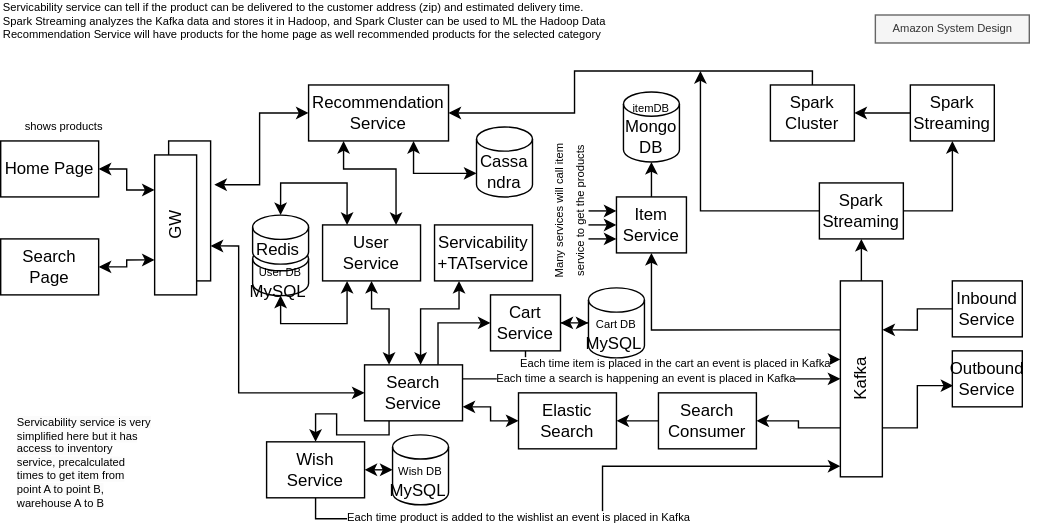
Earlier version of the draw.io export AmazonSystemDesign.drawio.svg (alexiworld/architecture-and-design). Source tidied: cells renumbered, new cells last; positions are measured from the earlier drawing's top-left corner, leaving out a move shared by most shapes.
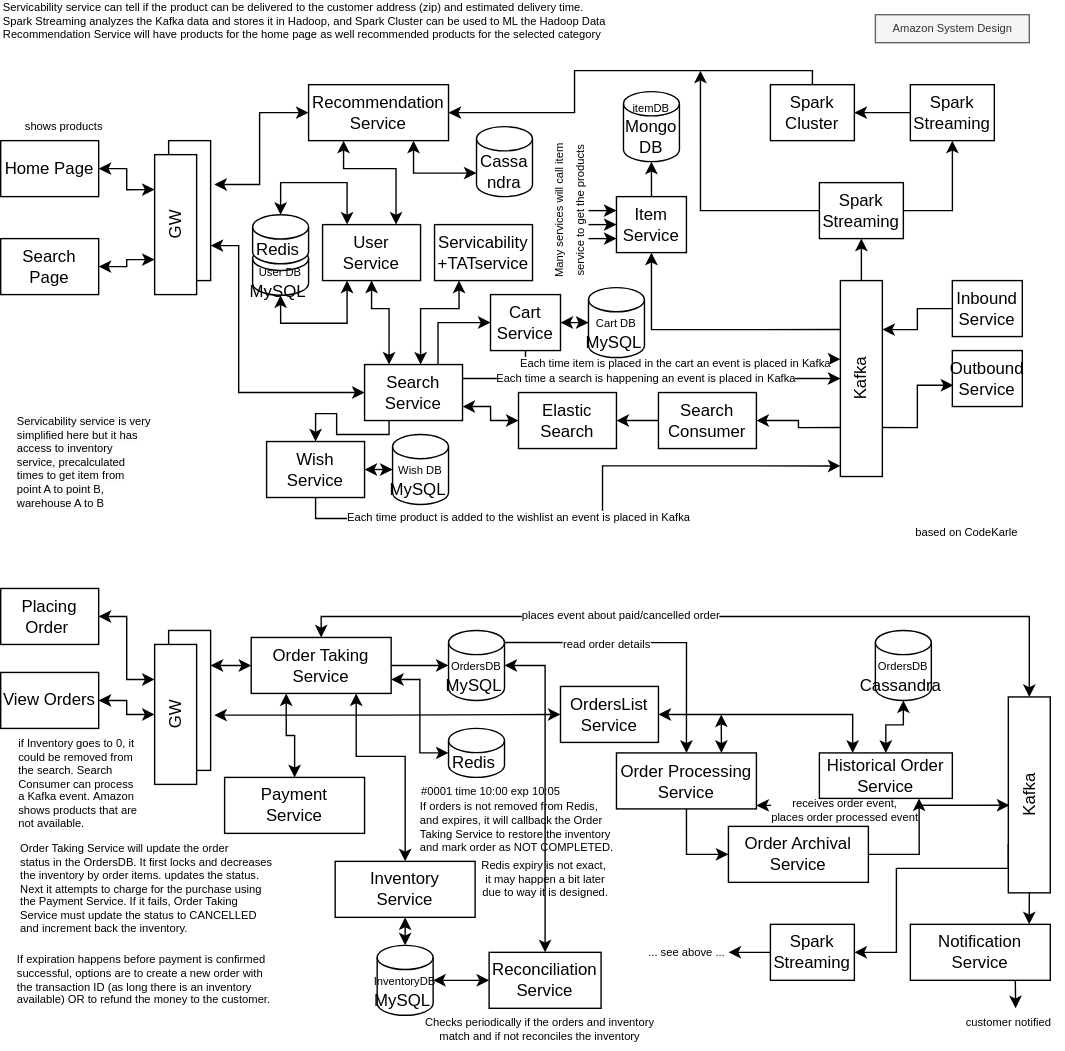
Above is the later version.

Commit message:
Amazon System Design - part 2, drawio and svg files

The edit, as a diff of the source:
```diff
@@ -272,5 +272,204 @@
     <mxCell id="67" value="&lt;meta charset=&quot;utf-8&quot;&gt;&lt;span style=&quot;color: rgb(0, 0, 0); font-family: Helvetica; font-size: 8px; font-style: normal; font-variant-ligatures: normal; font-variant-caps: normal; font-weight: 400; letter-spacing: normal; orphans: 2; text-align: left; text-indent: 0px; text-transform: none; widows: 2; word-spacing: 0px; -webkit-text-stroke-width: 0px; background-color: rgb(251, 251, 251); text-decoration-thickness: initial; text-decoration-style: initial; text-decoration-color: initial; float: none; display: inline !important;&quot;&gt;Servicability service is very simplified here but it has access to inventory service, precalculated times to get item from&lt;/span&gt;&lt;br style=&quot;border-color: var(--border-color); color: rgb(0, 0, 0); font-family: Helvetica; font-size: 8px; font-style: normal; font-variant-ligatures: normal; font-variant-caps: normal; font-weight: 400; letter-spacing: normal; orphans: 2; text-align: left; text-indent: 0px; text-transform: none; widows: 2; word-spacing: 0px; -webkit-text-stroke-width: 0px; background-color: rgb(251, 251, 251); text-decoration-thickness: initial; text-decoration-style: initial; text-decoration-color: initial;&quot;&gt;&lt;span style=&quot;color: rgb(0, 0, 0); font-family: Helvetica; font-size: 8px; font-style: normal; font-variant-ligatures: normal; font-variant-caps: normal; font-weight: 400; letter-spacing: normal; orphans: 2; text-align: left; text-indent: 0px; text-transform: none; widows: 2; word-spacing: 0px; -webkit-text-stroke-width: 0px; background-color: rgb(251, 251, 251); text-decoration-thickness: initial; text-decoration-style: initial; text-decoration-color: initial; float: none; display: inline !important;&quot;&gt;point A to point B, warehouse A to B&lt;/span&gt;" style="text;whiteSpace=wrap;html=1;fontSize=8;" parent="1" vertex="1">
       <mxGeometry x="10" y="290" width="100" height="40" as="geometry" />
     </mxCell>
+    <mxCell id="68" value="Placing&lt;br&gt;Order&amp;nbsp;" style="rounded=0;whiteSpace=wrap;html=1;horizontal=1;verticalAlign=middle;" parent="1" vertex="1">
+      <mxGeometry y="420" width="70" height="40" as="geometry" />
+    </mxCell>
+    <mxCell id="69" style="edgeStyle=orthogonalEdgeStyle;rounded=0;jettySize=auto;html=1;exitX=1;exitY=0.25;exitDx=0;exitDy=0;fontSize=8;startArrow=classic;startFill=1;endArrow=classic;endFill=1;" parent="1" edge="1" source="72" target="83">
+      <mxGeometry relative="1" as="geometry" />
+    </mxCell>
+    <mxCell id="70" style="edgeStyle=orthogonalEdgeStyle;rounded=0;jettySize=auto;html=1;exitX=1;exitY=0.5;exitDx=0;exitDy=0;entryX=0.25;entryY=0;entryDx=0;entryDy=0;fontSize=8;startArrow=classic;startFill=1;endArrow=classic;endFill=1;" parent="1" edge="1" source="116" target="106">
+      <mxGeometry relative="1" as="geometry" />
+    </mxCell>
+    <mxCell id="71" style="edgeStyle=orthogonalEdgeStyle;rounded=0;jettySize=auto;html=1;exitX=1.088;exitY=0.605;exitDx=0;exitDy=0;entryX=0;entryY=0.5;entryDx=0;entryDy=0;fontSize=8;startArrow=classic;startFill=1;endArrow=classic;endFill=1;exitPerimeter=0;" parent="1" edge="1" source="72" target="116">
+      <mxGeometry relative="1" as="geometry" />
+    </mxCell>
+    <mxCell id="72" value="GW" style="rounded=0;whiteSpace=wrap;html=1;horizontal=0;" parent="1" vertex="1">
+      <mxGeometry x="120" y="450" width="30" height="100" as="geometry" />
+    </mxCell>
+    <mxCell id="73" style="edgeStyle=orthogonalEdgeStyle;rounded=0;jettySize=auto;html=1;exitX=1;exitY=0.5;exitDx=0;exitDy=0;fontSize=8;entryX=0;entryY=0.25;entryDx=0;entryDy=0;startArrow=classic;startFill=1;" parent="1" edge="1" source="68" target="74">
+      <mxGeometry relative="1" as="geometry" />
+    </mxCell>
+    <mxCell id="74" value="GW" style="rounded=0;whiteSpace=wrap;html=1;horizontal=0;" parent="1" vertex="1">
+      <mxGeometry x="110" y="460" width="30" height="100" as="geometry" />
+    </mxCell>
+    <mxCell id="75" style="edgeStyle=orthogonalEdgeStyle;rounded=0;jettySize=auto;html=1;exitX=1;exitY=0.5;exitDx=0;exitDy=0;exitPerimeter=0;fontSize=8;startArrow=classic;startFill=1;endArrow=classic;endFill=1;entryX=0.5;entryY=0;entryDx=0;entryDy=0;" parent="1" edge="1" source="76" target="91">
+      <mxGeometry relative="1" as="geometry" />
+    </mxCell>
+    <mxCell id="76" value="&lt;font style=&quot;font-size: 8px;&quot;&gt;OrdersDB&lt;/font&gt;&lt;br&gt;MySQL&amp;nbsp;" style="shape=cylinder3;whiteSpace=wrap;html=1;boundedLbl=1;backgroundOutline=1;size=8.652173913043526;" parent="1" vertex="1">
+      <mxGeometry x="320" y="450" width="40" height="50" as="geometry" />
+    </mxCell>
+    <mxCell id="77" style="edgeStyle=orthogonalEdgeStyle;rounded=0;jettySize=auto;html=1;exitX=1;exitY=0.5;exitDx=0;exitDy=0;entryX=0;entryY=0.5;entryDx=0;entryDy=0;entryPerimeter=0;fontSize=8;startArrow=none;startFill=0;endArrow=classic;endFill=1;" parent="1" edge="1" source="83" target="76">
+      <mxGeometry relative="1" as="geometry" />
+    </mxCell>
+    <mxCell id="78" style="edgeStyle=orthogonalEdgeStyle;rounded=0;jettySize=auto;html=1;exitX=1;exitY=0.75;exitDx=0;exitDy=0;entryX=0;entryY=0.5;entryDx=0;entryDy=0;entryPerimeter=0;fontSize=8;startArrow=classic;startFill=1;endArrow=classic;endFill=1;" parent="1" edge="1" source="83" target="84">
+      <mxGeometry relative="1" as="geometry" />
+    </mxCell>
+    <mxCell id="79" style="edgeStyle=orthogonalEdgeStyle;rounded=0;jettySize=auto;html=1;exitX=0.75;exitY=1;exitDx=0;exitDy=0;entryX=0.5;entryY=0;entryDx=0;entryDy=0;fontSize=8;startArrow=classic;startFill=1;endArrow=classic;endFill=1;" parent="1" edge="1" source="83" target="86">
+      <mxGeometry relative="1" as="geometry">
+        <Array as="points">
+          <mxPoint x="254" y="540" />
+          <mxPoint x="289" y="540" />
+        </Array>
+      </mxGeometry>
+    </mxCell>
+    <mxCell id="80" style="edgeStyle=orthogonalEdgeStyle;rounded=0;jettySize=auto;html=1;exitX=0.25;exitY=1;exitDx=0;exitDy=0;entryX=0.5;entryY=0;entryDx=0;entryDy=0;fontSize=8;startArrow=classic;startFill=1;endArrow=classic;endFill=1;" parent="1" edge="1" source="83" target="89">
+      <mxGeometry relative="1" as="geometry" />
+    </mxCell>
+    <mxCell id="81" style="edgeStyle=orthogonalEdgeStyle;rounded=0;jettySize=auto;html=1;exitX=0.5;exitY=0;exitDx=0;exitDy=0;entryX=0.5;entryY=0;entryDx=0;entryDy=0;fontSize=8;startArrow=classic;startFill=1;endArrow=classic;endFill=1;" parent="1" edge="1" source="83" target="113">
+      <mxGeometry relative="1" as="geometry">
+        <Array as="points">
+          <mxPoint x="229" y="440" />
+          <mxPoint x="735" y="440" />
+        </Array>
+      </mxGeometry>
+    </mxCell>
+    <mxCell id="82" value="places event about paid/cancelled order" style="edgeLabel;html=1;align=center;verticalAlign=middle;fontSize=8;" parent="81" vertex="1">
+      <mxGeometry x="-0.21" y="1" relative="1" as="geometry" />
+    </mxCell>
+    <mxCell id="83" value="Order Taking Service" style="rounded=0;whiteSpace=wrap;html=1;horizontal=1;verticalAlign=middle;" parent="1" vertex="1">
+      <mxGeometry x="179" y="455" width="100" height="40" as="geometry" />
+    </mxCell>
+    <mxCell id="84" value="Redis&amp;nbsp;" style="shape=cylinder3;whiteSpace=wrap;html=1;boundedLbl=1;backgroundOutline=1;size=8.652173913043526;" parent="1" vertex="1">
+      <mxGeometry x="320" y="520" width="40" height="35" as="geometry" />
+    </mxCell>
+    <mxCell id="85" style="edgeStyle=orthogonalEdgeStyle;rounded=0;jettySize=auto;html=1;exitX=0.5;exitY=1;exitDx=0;exitDy=0;entryX=0.5;entryY=0;entryDx=0;entryDy=0;entryPerimeter=0;fontSize=8;startArrow=classic;startFill=1;endArrow=classic;endFill=1;" parent="1" edge="1" source="86" target="88">
+      <mxGeometry relative="1" as="geometry" />
+    </mxCell>
+    <mxCell id="86" value="Inventory&lt;br&gt;Service" style="rounded=0;whiteSpace=wrap;html=1;horizontal=1;verticalAlign=middle;" parent="1" vertex="1">
+      <mxGeometry x="239" y="615" width="100" height="40" as="geometry" />
+    </mxCell>
+    <mxCell id="87" style="edgeStyle=orthogonalEdgeStyle;rounded=0;jettySize=auto;html=1;exitX=1;exitY=0.5;exitDx=0;exitDy=0;exitPerimeter=0;entryX=0;entryY=0.5;entryDx=0;entryDy=0;fontSize=8;startArrow=classic;startFill=1;endArrow=classic;endFill=1;" parent="1" edge="1" source="88" target="91">
+      <mxGeometry relative="1" as="geometry" />
+    </mxCell>
+    <mxCell id="88" value="&lt;font style=&quot;font-size: 8px;&quot;&gt;InventoryDB&lt;/font&gt;&lt;br&gt;MySQL&amp;nbsp;" style="shape=cylinder3;whiteSpace=wrap;html=1;boundedLbl=1;backgroundOutline=1;size=8.652173913043526;" parent="1" vertex="1">
+      <mxGeometry x="269" y="675" width="40" height="50" as="geometry" />
+    </mxCell>
+    <mxCell id="89" value="Payment&lt;br&gt;Service" style="rounded=0;whiteSpace=wrap;html=1;horizontal=1;verticalAlign=middle;" parent="1" vertex="1">
+      <mxGeometry x="160" y="555" width="100" height="40" as="geometry" />
+    </mxCell>
+    <mxCell id="90" value="#0001 time 10:00 exp 10:05" style="text;html=1;align=center;verticalAlign=middle;strokeColor=none;fillColor=none;fontSize=8;" parent="1" vertex="1">
+      <mxGeometry x="290" y="555" width="120" height="20" as="geometry" />
+    </mxCell>
+    <mxCell id="91" value="Reconciliation&lt;br&gt;Service" style="rounded=0;whiteSpace=wrap;html=1;horizontal=1;verticalAlign=middle;" parent="1" vertex="1">
+      <mxGeometry x="349" y="680" width="80" height="40" as="geometry" />
+    </mxCell>
+    <mxCell id="92" value="Checks periodically if the orders and inventory&lt;br&gt;match and if not reconciles the inventory" style="text;html=1;align=center;verticalAlign=middle;strokeColor=none;fillColor=none;fontSize=8;" parent="1" vertex="1">
+      <mxGeometry x="290" y="720" width="190" height="30" as="geometry" />
+    </mxCell>
+    <mxCell id="93" value="&lt;div style=&quot;text-align: left;&quot;&gt;&lt;span style=&quot;background-color: initial;&quot;&gt;Order Taking Service will update the order&lt;/span&gt;&lt;/div&gt;&lt;div style=&quot;text-align: left;&quot;&gt;&lt;span style=&quot;background-color: initial;&quot;&gt;status in the OrdersDB. It first locks and decreases&amp;nbsp;&lt;/span&gt;&lt;/div&gt;&lt;div style=&quot;text-align: left;&quot;&gt;&lt;span style=&quot;background-color: initial;&quot;&gt;the inventory by order items. updates the status.&amp;nbsp;&lt;/span&gt;&lt;/div&gt;&lt;div style=&quot;text-align: left;&quot;&gt;&lt;span style=&quot;background-color: initial;&quot;&gt;Next it attempts to charge for the purchase using&lt;/span&gt;&lt;/div&gt;&lt;div style=&quot;text-align: left;&quot;&gt;&lt;span style=&quot;background-color: initial;&quot;&gt;the Payment Service. If it fails, Order Taking&lt;/span&gt;&lt;/div&gt;&lt;div style=&quot;text-align: left;&quot;&gt;&lt;span style=&quot;background-color: initial;&quot;&gt;Service must update the status to CANCELLED&lt;/span&gt;&lt;/div&gt;&lt;div style=&quot;text-align: left;&quot;&gt;&lt;span style=&quot;background-color: initial;&quot;&gt;and increment back the inventory.&amp;nbsp;&lt;/span&gt;&lt;/div&gt;" style="text;html=1;align=center;verticalAlign=middle;strokeColor=none;fillColor=none;fontSize=8;" parent="1" vertex="1">
+      <mxGeometry y="595" width="210" height="80" as="geometry" />
+    </mxCell>
+    <mxCell id="94" value="If orders is not removed from Redis,&lt;br&gt;and expires, it will callback the Order&lt;br&gt;Taking Service to restore the inventory&lt;br&gt;and mark order as NOT COMPLETED." style="text;html=1;align=left;verticalAlign=middle;strokeColor=none;fillColor=none;fontSize=8;" parent="1" vertex="1">
+      <mxGeometry x="298" y="566" width="160" height="50" as="geometry" />
+    </mxCell>
+    <mxCell id="95" value="based on CodeKarle" style="text;html=1;align=center;verticalAlign=middle;strokeColor=none;fillColor=none;fontSize=8;" parent="1" vertex="1">
+      <mxGeometry x="640" y="370" width="100" height="20" as="geometry" />
+    </mxCell>
+    <mxCell id="96" value="If expiration happens before payment is confirmed &lt;br&gt;successful, options are to create a new order with&lt;br&gt;the transaction ID (as long there is an inventory&lt;br&gt;available) OR to refund the money to the customer.&lt;br&gt;" style="text;html=1;align=left;verticalAlign=middle;strokeColor=none;fillColor=none;fontSize=8;" parent="1" vertex="1">
+      <mxGeometry x="10" y="675" width="200" height="50" as="geometry" />
+    </mxCell>
+    <mxCell id="97" value="Redis expiry is not exact,&amp;nbsp;&lt;br&gt;it may happen a bit later&lt;br&gt;due to way it is designed." style="text;html=1;align=center;verticalAlign=middle;strokeColor=none;fillColor=none;fontSize=8;" parent="1" vertex="1">
+      <mxGeometry x="334" y="608" width="110" height="40" as="geometry" />
+    </mxCell>
+    <mxCell id="98" value="&lt;div style=&quot;text-align: left;&quot;&gt;&lt;span style=&quot;background-color: initial;&quot;&gt;if Inventory goes to 0, it&amp;nbsp;&lt;/span&gt;&lt;/div&gt;&lt;div style=&quot;text-align: left;&quot;&gt;&lt;span style=&quot;background-color: initial;&quot;&gt;could be&amp;nbsp;&lt;/span&gt;&lt;span style=&quot;background-color: initial;&quot;&gt;removed from&amp;nbsp;&lt;/span&gt;&lt;/div&gt;&lt;div style=&quot;text-align: left;&quot;&gt;&lt;span style=&quot;background-color: initial;&quot;&gt;the search. Search&lt;/span&gt;&lt;/div&gt;&lt;div style=&quot;text-align: left;&quot;&gt;&lt;span style=&quot;background-color: initial;&quot;&gt;Consumer can process&amp;nbsp;&lt;/span&gt;&lt;/div&gt;&lt;div style=&quot;text-align: left;&quot;&gt;&lt;span style=&quot;background-color: initial;&quot;&gt;a Kafka&amp;nbsp;&lt;/span&gt;&lt;span style=&quot;background-color: initial;&quot;&gt;event.&amp;nbsp;Amazon&amp;nbsp;&lt;/span&gt;&lt;/div&gt;&lt;div style=&quot;text-align: left;&quot;&gt;&lt;span style=&quot;background-color: initial;&quot;&gt;shows products that are&lt;/span&gt;&lt;/div&gt;&lt;div style=&quot;text-align: left;&quot;&gt;&lt;span style=&quot;background-color: initial;&quot;&gt;not available.&lt;/span&gt;&lt;/div&gt;" style="text;html=1;align=center;verticalAlign=middle;strokeColor=none;fillColor=none;fontSize=8;" parent="1" vertex="1">
+      <mxGeometry y="520" width="110" height="80" as="geometry" />
+    </mxCell>
+    <mxCell id="99" style="edgeStyle=orthogonalEdgeStyle;rounded=0;jettySize=auto;html=1;entryX=0.026;entryY=0.553;entryDx=0;entryDy=0;entryPerimeter=0;fontSize=8;startArrow=classic;startFill=1;endArrow=classic;endFill=1;" parent="1" edge="1" target="113">
+      <mxGeometry relative="1" as="geometry">
+        <mxPoint x="540" y="575" as="sourcePoint" />
+        <Array as="points">
+          <mxPoint x="540" y="575" />
+        </Array>
+      </mxGeometry>
+    </mxCell>
+    <mxCell id="100" value="receives order event, &lt;br&gt;places order processed event" style="edgeLabel;html=1;align=center;verticalAlign=middle;fontSize=8;" parent="99" vertex="1">
+      <mxGeometry x="-0.65" y="-1" relative="1" as="geometry">
+        <mxPoint x="31" y="3" as="offset" />
+      </mxGeometry>
+    </mxCell>
+    <mxCell id="101" style="edgeStyle=orthogonalEdgeStyle;rounded=0;jettySize=auto;html=1;exitX=0.5;exitY=0;exitDx=0;exitDy=0;entryX=1;entryY=0;entryDx=0;entryDy=8.652173913043526;entryPerimeter=0;fontSize=8;startArrow=classic;startFill=1;endArrow=none;endFill=0;" parent="1" edge="1" source="104" target="76">
+      <mxGeometry relative="1" as="geometry" />
+    </mxCell>
+    <mxCell id="102" value="read order details" style="edgeLabel;html=1;align=center;verticalAlign=middle;fontSize=8;" parent="101" vertex="1">
+      <mxGeometry x="0.3" y="1" relative="1" as="geometry" />
+    </mxCell>
+    <mxCell id="103" style="edgeStyle=orthogonalEdgeStyle;rounded=0;jettySize=auto;html=1;exitX=0.75;exitY=0;exitDx=0;exitDy=0;fontSize=8;startArrow=classic;startFill=1;endArrow=classic;endFill=1;" parent="1" edge="1" source="104">
+      <mxGeometry relative="1" as="geometry">
+        <mxPoint x="514.9" y="510" as="targetPoint" />
+      </mxGeometry>
+    </mxCell>
+    <mxCell id="104" value="Order Processing Service" style="rounded=0;whiteSpace=wrap;html=1;horizontal=1;verticalAlign=middle;" parent="1" vertex="1">
+      <mxGeometry x="440" y="537.5" width="100" height="40" as="geometry" />
+    </mxCell>
+    <mxCell id="105" style="edgeStyle=orthogonalEdgeStyle;rounded=0;jettySize=auto;html=1;entryX=0.5;entryY=1;entryDx=0;entryDy=0;entryPerimeter=0;fontSize=8;startArrow=classic;startFill=1;endArrow=classic;endFill=1;" parent="1" edge="1" source="106" target="107">
+      <mxGeometry relative="1" as="geometry" />
+    </mxCell>
+    <mxCell id="106" value="Historical Order Service" style="rounded=0;whiteSpace=wrap;html=1;horizontal=1;verticalAlign=middle;" parent="1" vertex="1">
+      <mxGeometry x="585" y="537.5" width="95" height="32.5" as="geometry" />
+    </mxCell>
+    <mxCell id="107" value="&lt;font style=&quot;font-size: 8px;&quot;&gt;OrdersDB&lt;/font&gt;&lt;br&gt;Cassandra&amp;nbsp;" style="shape=cylinder3;whiteSpace=wrap;html=1;boundedLbl=1;backgroundOutline=1;size=8.652173913043526;" parent="1" vertex="1">
+      <mxGeometry x="625" y="450" width="40" height="50" as="geometry" />
+    </mxCell>
+    <mxCell id="108" style="edgeStyle=orthogonalEdgeStyle;rounded=0;jettySize=auto;html=1;exitX=1;exitY=0.5;exitDx=0;exitDy=0;fontSize=8;startArrow=none;startFill=0;endArrow=classic;endFill=1;entryX=0.75;entryY=1;entryDx=0;entryDy=0;" parent="1" edge="1" source="110" target="106">
+      <mxGeometry relative="1" as="geometry" />
+    </mxCell>
+    <mxCell id="109" style="edgeStyle=orthogonalEdgeStyle;rounded=0;jettySize=auto;html=1;exitX=0;exitY=0.5;exitDx=0;exitDy=0;entryX=0.5;entryY=1;entryDx=0;entryDy=0;fontSize=8;startArrow=classic;startFill=1;endArrow=none;endFill=0;" parent="1" edge="1" source="110" target="104">
+      <mxGeometry relative="1" as="geometry" />
+    </mxCell>
+    <mxCell id="110" value="Order Archival Service" style="rounded=0;whiteSpace=wrap;html=1;horizontal=1;verticalAlign=middle;" parent="1" vertex="1">
+      <mxGeometry x="520" y="590" width="100" height="40" as="geometry" />
+    </mxCell>
+    <mxCell id="111" style="edgeStyle=orthogonalEdgeStyle;rounded=0;jettySize=auto;html=1;exitX=0.5;exitY=1;exitDx=0;exitDy=0;entryX=0.849;entryY=0;entryDx=0;entryDy=0;entryPerimeter=0;fontSize=8;startArrow=none;startFill=0;endArrow=classic;endFill=1;" parent="1" edge="1" source="113" target="118">
+      <mxGeometry relative="1" as="geometry" />
+    </mxCell>
+    <mxCell id="112" style="edgeStyle=orthogonalEdgeStyle;rounded=0;jettySize=auto;html=1;exitX=0;exitY=0.75;exitDx=0;exitDy=0;entryX=1;entryY=0.5;entryDx=0;entryDy=0;fontSize=8;startArrow=none;startFill=0;endArrow=classic;endFill=1;" parent="1" edge="1" source="113" target="120">
+      <mxGeometry relative="1" as="geometry">
+        <Array as="points">
+          <mxPoint x="720" y="620" />
+          <mxPoint x="640" y="620" />
+          <mxPoint x="640" y="680" />
+        </Array>
+      </mxGeometry>
+    </mxCell>
+    <mxCell id="113" value="Kafka&lt;br&gt;" style="rounded=0;whiteSpace=wrap;html=1;horizontal=0;" parent="1" vertex="1">
+      <mxGeometry x="720" y="497.5" width="30" height="140" as="geometry" />
+    </mxCell>
+    <mxCell id="114" style="edgeStyle=orthogonalEdgeStyle;rounded=0;jettySize=auto;html=1;exitX=1;exitY=0.5;exitDx=0;exitDy=0;entryX=0;entryY=0.5;entryDx=0;entryDy=0;fontSize=8;startArrow=classic;startFill=1;endArrow=classic;endFill=1;" parent="1" edge="1" source="115" target="74">
+      <mxGeometry relative="1" as="geometry">
+        <Array as="points">
+          <mxPoint x="90" y="500" />
+          <mxPoint x="90" y="510" />
+        </Array>
+      </mxGeometry>
+    </mxCell>
+    <mxCell id="115" value="View Orders" style="rounded=0;whiteSpace=wrap;html=1;horizontal=1;verticalAlign=middle;" parent="1" vertex="1">
+      <mxGeometry y="480" width="70" height="40" as="geometry" />
+    </mxCell>
+    <mxCell id="116" value="OrdersList Service" style="rounded=0;whiteSpace=wrap;html=1;horizontal=1;verticalAlign=middle;" parent="1" vertex="1">
+      <mxGeometry x="400" y="490" width="70" height="40" as="geometry" />
+    </mxCell>
+    <mxCell id="117" style="edgeStyle=orthogonalEdgeStyle;rounded=0;jettySize=auto;html=1;exitX=0.75;exitY=1;exitDx=0;exitDy=0;fontSize=8;startArrow=none;startFill=0;endArrow=classic;endFill=1;" parent="1" edge="1" source="118">
+      <mxGeometry relative="1" as="geometry">
+        <mxPoint x="725.2" y="720" as="targetPoint" />
+      </mxGeometry>
+    </mxCell>
+    <mxCell id="118" value="Notification Service" style="rounded=0;whiteSpace=wrap;html=1;horizontal=1;verticalAlign=middle;" parent="1" vertex="1">
+      <mxGeometry x="650" y="660" width="100" height="40" as="geometry" />
+    </mxCell>
+    <mxCell id="119" style="edgeStyle=orthogonalEdgeStyle;rounded=0;jettySize=auto;html=1;exitX=0;exitY=0.5;exitDx=0;exitDy=0;fontSize=8;startArrow=none;startFill=0;endArrow=classic;endFill=1;" parent="1" edge="1" source="120">
+      <mxGeometry relative="1" as="geometry">
+        <mxPoint x="520" y="680.1" as="targetPoint" />
+      </mxGeometry>
+    </mxCell>
+    <mxCell id="120" value="Spark Streaming" style="rounded=0;whiteSpace=wrap;html=1;horizontal=1;verticalAlign=middle;" parent="1" vertex="1">
+      <mxGeometry x="550" y="660" width="60" height="40" as="geometry" />
+    </mxCell>
+    <mxCell id="121" value="... see above ..." style="text;html=1;align=center;verticalAlign=middle;strokeColor=none;fillColor=none;fontSize=8;" parent="1" vertex="1">
+      <mxGeometry x="450" y="670" width="80" height="20" as="geometry" />
+    </mxCell>
+    <mxCell id="122" value="customer notified" style="text;html=1;align=center;verticalAlign=middle;strokeColor=none;fillColor=none;fontSize=8;" parent="1" vertex="1">
+      <mxGeometry x="680" y="720" width="80" height="20" as="geometry" />
+    </mxCell>
   </root>
 </mxGraphModel>
```
